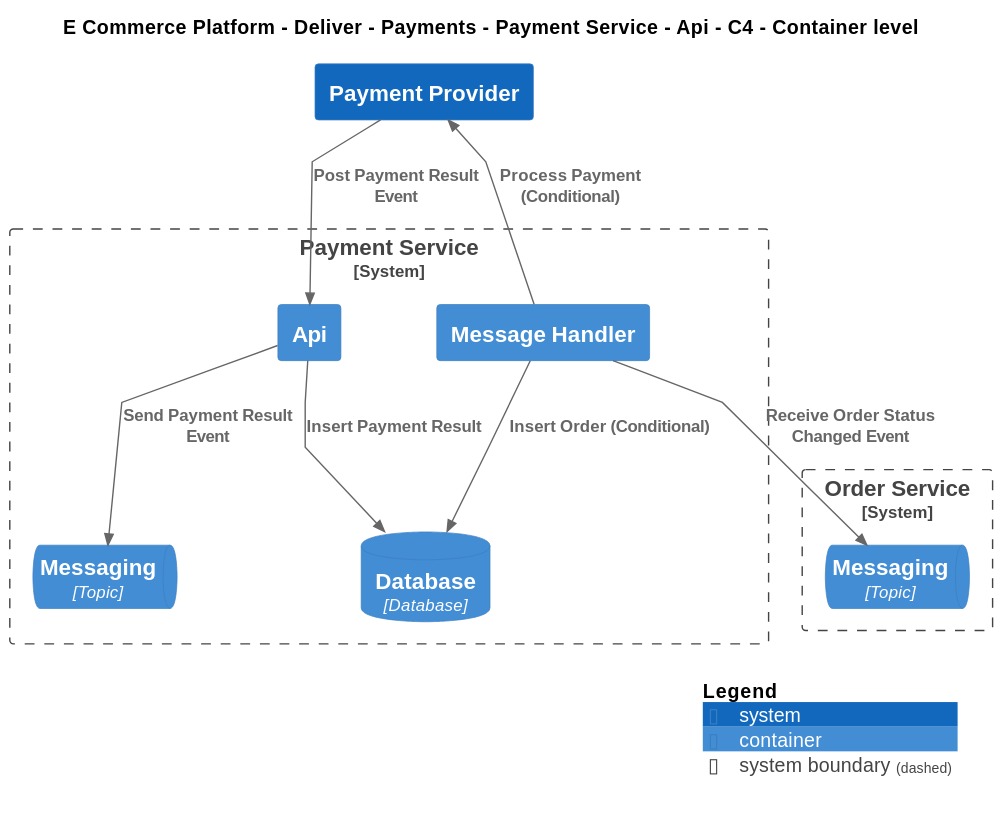
The PlantUML diagram Samples/E-Commerce Platform/Yaml/Diagrams/E Commerce Platform/Views/Apis/Deliver/Payments/Software Systems/Payment Service/Containers/Api/Container - C4.svg in mnadenysenko/C4InterFlow, before a commit. Its diagram source:
```plantuml
@startuml
!include ..\..\..\..\..\..\..\..\..\.c4s\C4_Container.puml

AddElementTag("c4interflow:lifecycle:new", $bgColor=green, $fontColor=#ffffff, $borderColor=green, $shadowing="False")
AddElementTag("c4interflow:lifecycle:changed", $bgColor=orange, $fontColor=#ffffff, $borderColor=orange, $shadowing="False")
AddElementTag("c4interflow:lifecycle:removed", $bgColor=red, $fontColor=#ffffff, $borderColor=red, $shadowing="False")

AddRelTag("c4interflow:lifecycle:new", $textColor=green, $lineColor=green)
AddRelTag("c4interflow:lifecycle:changed", $textColor=orange, $lineColor=orange)
AddRelTag("c4interflow:lifecycle:removed", $textColor=red, $lineColor=red)

SHOW_PERSON_PORTRAIT()
LAYOUT_TOP_DOWN()

skinparam linetype polyline

title E Commerce Platform - Deliver - Payments - Payment Service - Api - C4 - Container level


System_Boundary(ECommercePlatform.Deliver.Payments.SoftwareSystems.PaymentService, "Payment Service") {
    Container(ECommercePlatform.Deliver.Payments.SoftwareSystems.PaymentService.Containers.MessageHandler, "Message Handler", "", "")
    ContainerDb(ECommercePlatform.Deliver.Payments.SoftwareSystems.PaymentService.Containers.Database, "Database", "Database", "")
    Container(ECommercePlatform.Deliver.Payments.SoftwareSystems.PaymentService.Containers.Api, "Api", "", "")
    ContainerQueue(ECommercePlatform.Deliver.Payments.SoftwareSystems.PaymentService.Containers.Messaging, "Messaging", "Topic", "")
}

System_Boundary(ECommercePlatform.GenerateDemand.OrderManagement.SoftwareSystems.OrderService, "Order Service") {
    ContainerQueue(ECommercePlatform.GenerateDemand.OrderManagement.SoftwareSystems.OrderService.Containers.Messaging, "Messaging", "Topic", "")
}
System(ECommercePlatform.Deliver.Payments.SoftwareSystems.PaymentProvider, "Payment Provider", "")

Rel(ECommercePlatform.Deliver.Payments.SoftwareSystems.PaymentService.Containers.MessageHandler, ECommercePlatform.GenerateDemand.OrderManagement.SoftwareSystems.OrderService.Containers.Messaging, "Receive Order Status Changed Event")
Rel(ECommercePlatform.Deliver.Payments.SoftwareSystems.PaymentService.Containers.MessageHandler, ECommercePlatform.Deliver.Payments.SoftwareSystems.PaymentService.Containers.Database, "Insert Order (Conditional)")
Rel(ECommercePlatform.Deliver.Payments.SoftwareSystems.PaymentService.Containers.MessageHandler, ECommercePlatform.Deliver.Payments.SoftwareSystems.PaymentProvider, "Process Payment (Conditional)")
Rel(ECommercePlatform.Deliver.Payments.SoftwareSystems.PaymentProvider, ECommercePlatform.Deliver.Payments.SoftwareSystems.PaymentService.Containers.Api, "Post Payment Result Event")
Rel(ECommercePlatform.Deliver.Payments.SoftwareSystems.PaymentService.Containers.Api, ECommercePlatform.Deliver.Payments.SoftwareSystems.PaymentService.Containers.Database, "Insert Payment Result")
Rel(ECommercePlatform.Deliver.Payments.SoftwareSystems.PaymentService.Containers.Api, ECommercePlatform.Deliver.Payments.SoftwareSystems.PaymentService.Containers.Messaging, "Send Payment Result Event")


SHOW_LEGEND()
@enduml
```
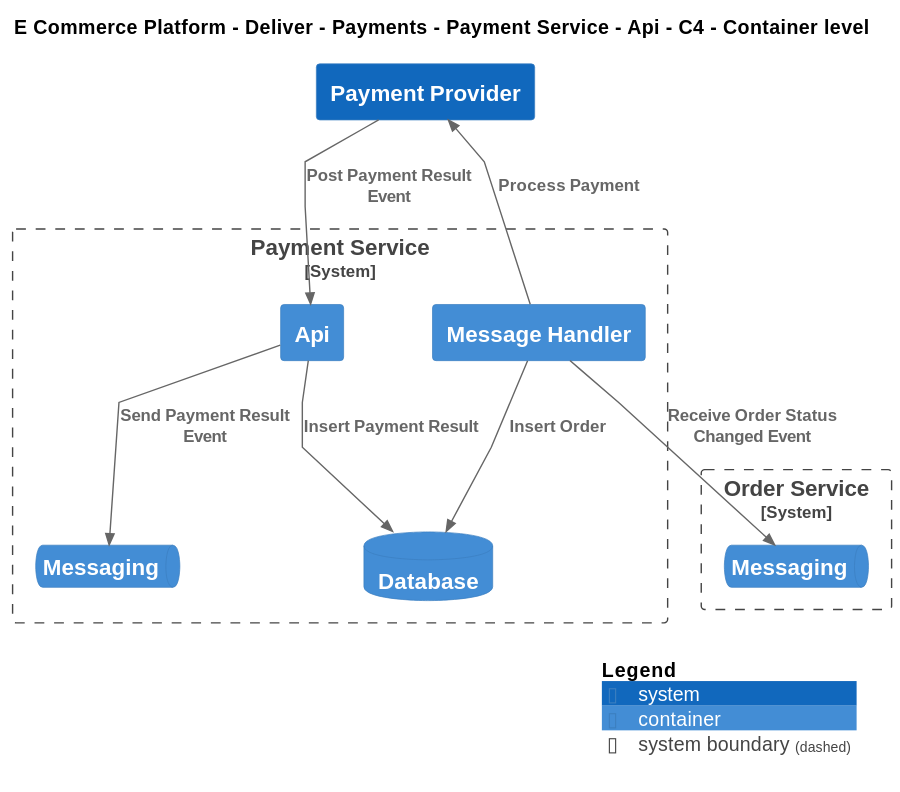
The same diagram one commit later.

Diff of the diagram source:
```diff
@@ -19,19 +19,19 @@
 
 System_Boundary(ECommercePlatform.Deliver.Payments.SoftwareSystems.PaymentService, "Payment Service") {
     Container(ECommercePlatform.Deliver.Payments.SoftwareSystems.PaymentService.Containers.MessageHandler, "Message Handler", "", "")
-    ContainerDb(ECommercePlatform.Deliver.Payments.SoftwareSystems.PaymentService.Containers.Database, "Database", "Database", "")
+    ContainerDb(ECommercePlatform.Deliver.Payments.SoftwareSystems.PaymentService.Containers.Database, "Database", "", "")
     Container(ECommercePlatform.Deliver.Payments.SoftwareSystems.PaymentService.Containers.Api, "Api", "", "")
-    ContainerQueue(ECommercePlatform.Deliver.Payments.SoftwareSystems.PaymentService.Containers.Messaging, "Messaging", "Topic", "")
+    ContainerQueue(ECommercePlatform.Deliver.Payments.SoftwareSystems.PaymentService.Containers.Messaging, "Messaging", "", "")
 }
 
 System_Boundary(ECommercePlatform.GenerateDemand.OrderManagement.SoftwareSystems.OrderService, "Order Service") {
-    ContainerQueue(ECommercePlatform.GenerateDemand.OrderManagement.SoftwareSystems.OrderService.Containers.Messaging, "Messaging", "Topic", "")
+    ContainerQueue(ECommercePlatform.GenerateDemand.OrderManagement.SoftwareSystems.OrderService.Containers.Messaging, "Messaging", "", "")
 }
 System(ECommercePlatform.Deliver.Payments.SoftwareSystems.PaymentProvider, "Payment Provider", "")
 
 Rel(ECommercePlatform.Deliver.Payments.SoftwareSystems.PaymentService.Containers.MessageHandler, ECommercePlatform.GenerateDemand.OrderManagement.SoftwareSystems.OrderService.Containers.Messaging, "Receive Order Status Changed Event")
-Rel(ECommercePlatform.Deliver.Payments.SoftwareSystems.PaymentService.Containers.MessageHandler, ECommercePlatform.Deliver.Payments.SoftwareSystems.PaymentService.Containers.Database, "Insert Order (Conditional)")
-Rel(ECommercePlatform.Deliver.Payments.SoftwareSystems.PaymentService.Containers.MessageHandler, ECommercePlatform.Deliver.Payments.SoftwareSystems.PaymentProvider, "Process Payment (Conditional)")
+Rel(ECommercePlatform.Deliver.Payments.SoftwareSystems.PaymentService.Containers.MessageHandler, ECommercePlatform.Deliver.Payments.SoftwareSystems.PaymentService.Containers.Database, "Insert Order")
+Rel(ECommercePlatform.Deliver.Payments.SoftwareSystems.PaymentService.Containers.MessageHandler, ECommercePlatform.Deliver.Payments.SoftwareSystems.PaymentProvider, "Process Payment")
 Rel(ECommercePlatform.Deliver.Payments.SoftwareSystems.PaymentProvider, ECommercePlatform.Deliver.Payments.SoftwareSystems.PaymentService.Containers.Api, "Post Payment Result Event")
 Rel(ECommercePlatform.Deliver.Payments.SoftwareSystems.PaymentService.Containers.Api, ECommercePlatform.Deliver.Payments.SoftwareSystems.PaymentService.Containers.Database, "Insert Payment Result")
 Rel(ECommercePlatform.Deliver.Payments.SoftwareSystems.PaymentService.Containers.Api, ECommercePlatform.Deliver.Payments.SoftwareSystems.PaymentService.Containers.Messaging, "Send Payment Result Event")
```
